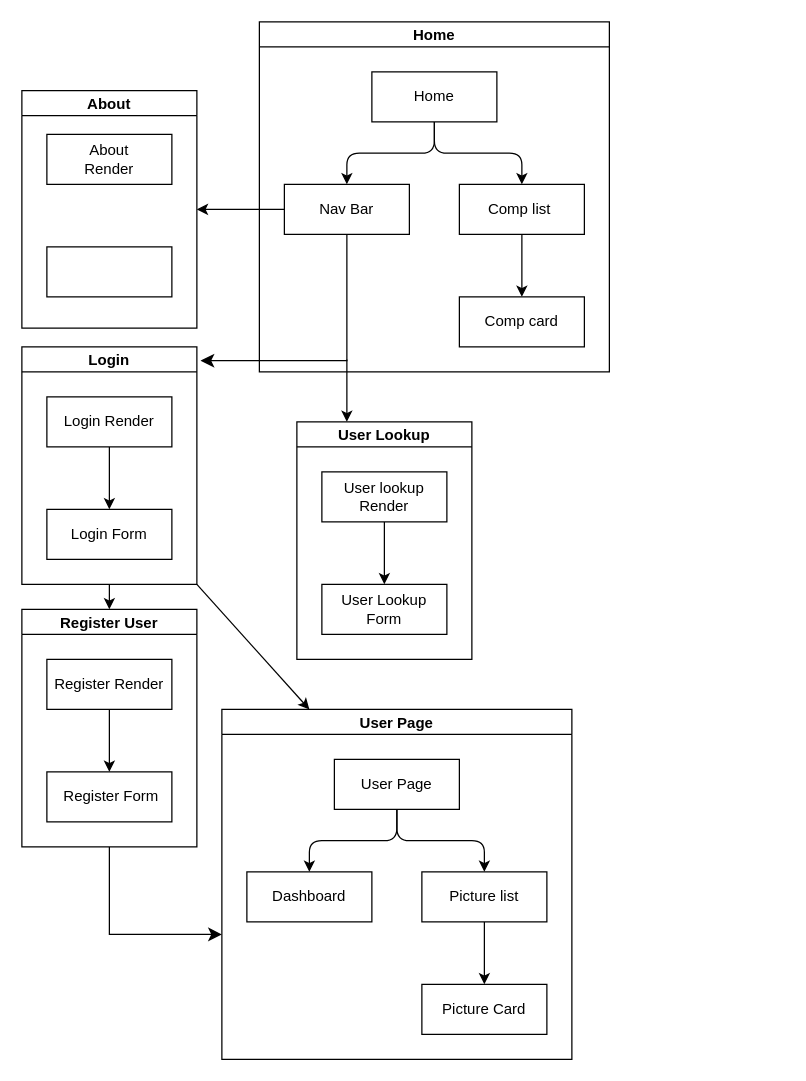
Earlier version of the draw.io diagram planning/react-tree.drawio (kcweise/wildlife). Source tidied: cells renumbered, new cells numbered last; positions are measured from the earlier drawing's top-left corner, leaving out a move shared by most shapes. Both pictures are drawn from the tidied source at 125%, with x=0, y=0 at pixel (21, 21).
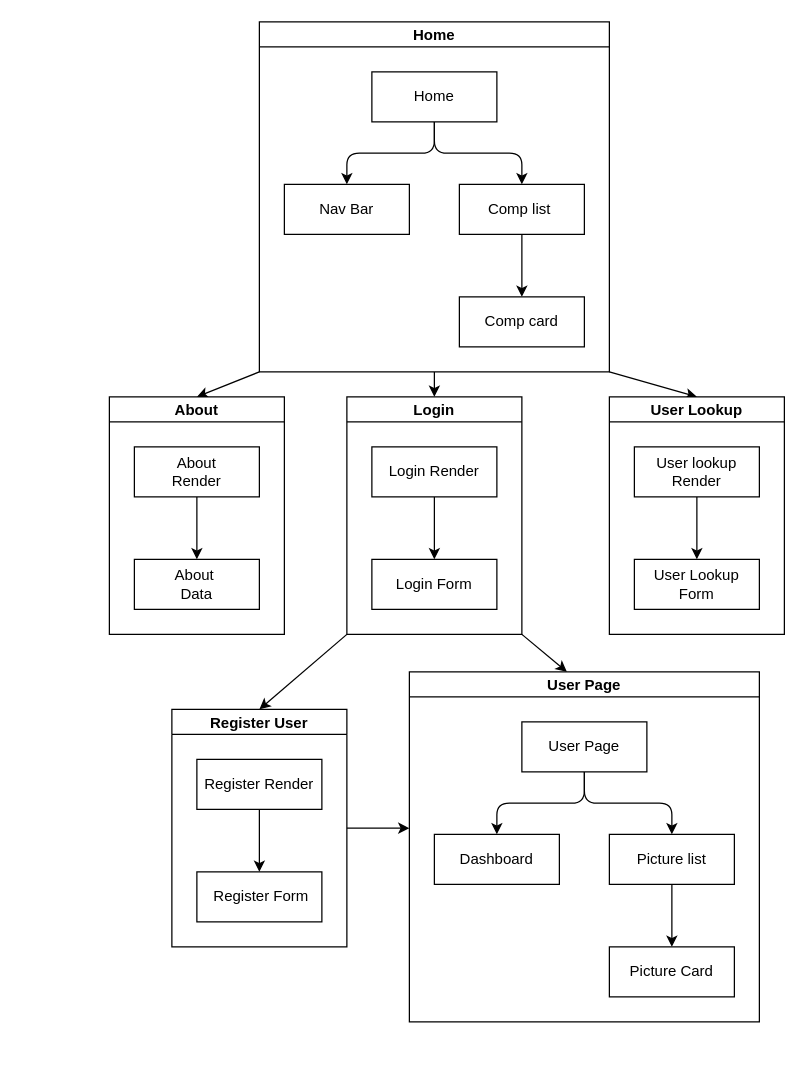
After the change.

Commit message:
Added react tree to README

Unchanged cells that the change refers to:
```xml
<mxCell id="2" value="Home" style="swimlane;startSize=20;horizontal=1;horizontalTree=0;containerType=tree;fontSize=12;" parent="1" vertex="1">
  <mxGeometry x="190" width="280" height="280" as="geometry" />
</mxCell>
<mxCell id="4" value="Nav Bar" style="whiteSpace=wrap;html=1;" parent="2" vertex="1">
  <mxGeometry x="20" y="130" width="100" height="40" as="geometry" />
</mxCell>
<mxCell id="14" value="Login Render" style="whiteSpace=wrap;html=1;" parent="13" vertex="1">
  <mxGeometry x="20" y="40" width="100" height="40" as="geometry" />
</mxCell>
<mxCell id="15" value="Login Form" style="whiteSpace=wrap;html=1;" parent="13" vertex="1">
  <mxGeometry x="20" y="130" width="100" height="40" as="geometry" />
</mxCell>
```

The edit, as a diff of the source:
```diff
@@
+    <mxCell id="39" style="edgeStyle=none;html=1;exitX=0;exitY=1;exitDx=0;exitDy=0;entryX=0.5;entryY=0;entryDx=0;entryDy=0;" parent="1" edge="1" source="2" target="10">
+      <mxGeometry relative="1" as="geometry" />
+    </mxCell>
+    <mxCell id="40" style="edgeStyle=none;html=1;exitX=1;exitY=1;exitDx=0;exitDy=0;entryX=0.5;entryY=0;entryDx=0;entryDy=0;" parent="1" edge="1" source="2" target="33">
+      <mxGeometry relative="1" as="geometry" />
+    </mxCell>
@@
     <mxCell id="10" value="About" style="swimlane;startSize=20;horizontal=1;horizontalTree=0;containerType=tree;fontSize=12;" parent="1" vertex="1">
-      <mxGeometry y="55" width="140" height="190" as="geometry" />
+      <mxGeometry x="70" y="300" width="140" height="190" as="geometry" />
     </mxCell>
-    <mxCell id="11" style="whiteSpace=wrap;html=1;" parent="10" vertex="1">
-      <mxGeometry x="20" y="125" width="100" height="40" as="geometry" />
+    <mxCell id="11" value="About&amp;nbsp;&lt;br&gt;Data" style="whiteSpace=wrap;html=1;" parent="10" vertex="1">
+      <mxGeometry x="20" y="130" width="100" height="40" as="geometry" />
     </mxCell>
+    <mxCell id="38" value="About&lt;br&gt;Render" style="whiteSpace=wrap;html=1;" parent="10" vertex="1">
+      <mxGeometry x="20" y="40" width="100" height="40" as="geometry" />
+    </mxCell>
+    <mxCell id="41" style="endArrow=classic;html=1;entryX=0.5;entryY=0;entryDx=0;entryDy=0;exitX=0.5;exitY=1;exitDx=0;exitDy=0;" parent="10" edge="1" source="38" target="11">
+      <mxGeometry relative="1" as="geometry" />
+    </mxCell>
-    <mxCell id="12" style="edgeStyle=none;html=1;entryX=0.5;entryY=0;entryDx=0;entryDy=0;" parent="1" edge="1" source="13" target="17">
+    <mxCell id="12" style="edgeStyle=none;html=1;exitX=0;exitY=1;exitDx=0;exitDy=0;entryX=0.5;entryY=0;entryDx=0;entryDy=0;" parent="1" edge="1" source="13" target="17">
       <mxGeometry relative="1" as="geometry" />
     </mxCell>
+    <mxCell id="29" style="edgeStyle=none;html=1;exitX=1;exitY=1;exitDx=0;exitDy=0;entryX=0.45;entryY=0;entryDx=0;entryDy=0;entryPerimeter=0;" parent="1" edge="1" source="13" target="21">
+      <mxGeometry relative="1" as="geometry" />
+    </mxCell>
     <mxCell id="13" value="Login" style="swimlane;startSize=20;horizontal=1;horizontalTree=0;containerType=tree;fontSize=12;" parent="1" vertex="1">
-      <mxGeometry y="260" width="140" height="190" as="geometry" />
+      <mxGeometry x="260" y="300" width="140" height="190" as="geometry" />
     </mxCell>
@@
     <mxCell id="16" style="edgeStyle=elbowEdgeStyle;elbow=vertical;html=1;rounded=1;curved=0;sourcePerimeterSpacing=0;targetPerimeterSpacing=0;startSize=6;endSize=6;" parent="13" edge="1" source="14" target="15">
-      <mxGeometry relative="1" as="geometry" />
+      <mxGeometry relative="1" as="geometry">
+        <Array as="points">
+          <mxPoint x="70" y="110" />
+        </Array>
+      </mxGeometry>
     </mxCell>
+    <mxCell id="42" style="edgeStyle=none;html=1;exitX=1;exitY=0.5;exitDx=0;exitDy=0;" parent="1" edge="1" source="17">
+      <mxGeometry relative="1" as="geometry">
+        <mxPoint x="310" y="645" as="targetPoint" />
+      </mxGeometry>
+    </mxCell>
     <mxCell id="17" value="Register User" style="swimlane;startSize=20;horizontal=1;horizontalTree=0;containerType=tree;fontSize=12;" parent="1" vertex="1">
-      <mxGeometry y="470" width="140" height="190" as="geometry" />
+      <mxGeometry x="120" y="550" width="140" height="190" as="geometry" />
     </mxCell>
@@
     <mxCell id="21" value="User Page" style="swimlane;startSize=20;horizontal=1;horizontalTree=0;containerType=tree;fontSize=12;" parent="1" vertex="1">
-      <mxGeometry x="160" y="550" width="280" height="280" as="geometry" />
+      <mxGeometry x="310" y="520" width="280" height="280" as="geometry" />
     </mxCell>
@@
-    <mxCell id="29" style="endArrow=classic;html=1;exitX=1;exitY=1;exitDx=0;exitDy=0;entryX=0.25;entryY=0;entryDx=0;entryDy=0;" parent="1" edge="1" source="13" target="21">
-      <mxGeometry relative="1" as="geometry" />
-    </mxCell>
-    <mxCell id="30" style="edgeStyle=segmentEdgeStyle;endArrow=classic;html=1;curved=0;rounded=0;endSize=8;startSize=8;exitX=0.5;exitY=1;exitDx=0;exitDy=0;" parent="1" edge="1" source="17">
-      <mxGeometry relative="1" as="geometry">
-        <mxPoint x="160" y="730" as="targetPoint" />
-        <Array as="points">
-          <mxPoint x="70" y="730" />
-        </Array>
-      </mxGeometry>
-    </mxCell>
-    <mxCell id="31" style="endArrow=classic;html=1;entryX=1;entryY=0.5;entryDx=0;entryDy=0;exitX=0;exitY=0.5;exitDx=0;exitDy=0;" parent="1" edge="1" source="4" target="10">
-      <mxGeometry relative="1" as="geometry" />
-    </mxCell>
-    <mxCell id="32" style="edgeStyle=segmentEdgeStyle;endArrow=classic;html=1;curved=0;rounded=0;endSize=8;startSize=8;exitX=0.5;exitY=1;exitDx=0;exitDy=0;entryX=1.021;entryY=0.058;entryDx=0;entryDy=0;entryPerimeter=0;" parent="1" edge="1" source="4" target="13">
-      <mxGeometry relative="1" as="geometry">
-        <Array as="points">
-          <mxPoint x="260" y="271" />
-        </Array>
-      </mxGeometry>
-    </mxCell>
     <mxCell id="33" value="User Lookup" style="swimlane;startSize=20;horizontal=1;horizontalTree=0;containerType=tree;fontSize=12;" parent="1" vertex="1">
-      <mxGeometry x="220" y="320" width="140" height="190" as="geometry" />
+      <mxGeometry x="470" y="300" width="140" height="190" as="geometry" />
     </mxCell>
@@
-    <mxCell id="37" style="endArrow=classic;html=1;" parent="1" edge="1">
-      <mxGeometry relative="1" as="geometry">
-        <mxPoint x="260" y="270" as="sourcePoint" />
-        <mxPoint x="260" y="320" as="targetPoint" />
-      </mxGeometry>
-    </mxCell>
-    <mxCell id="38" value="About&lt;br&gt;Render" style="whiteSpace=wrap;html=1;" parent="1" vertex="1">
-      <mxGeometry x="20" y="90" width="100" height="40" as="geometry" />
-    </mxCell>
+    <mxCell id="43" style="endArrow=classic;html=1;exitX=0.5;exitY=1;exitDx=0;exitDy=0;entryX=0.5;entryY=0;entryDx=0;entryDy=0;" parent="1" edge="1" source="2" target="13">
+      <mxGeometry relative="1" as="geometry" />
+    </mxCell>
```
